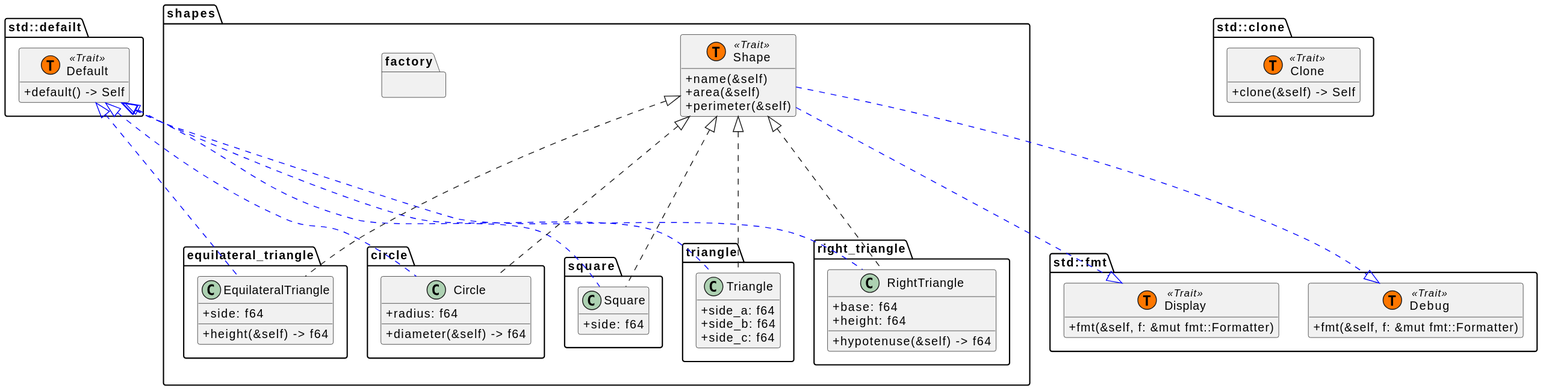
This is Review-06-Rust-Shapes/UML/shapes.svg from cstkennedy/cs330-examples, a PlantUML export, as it was before one commit.
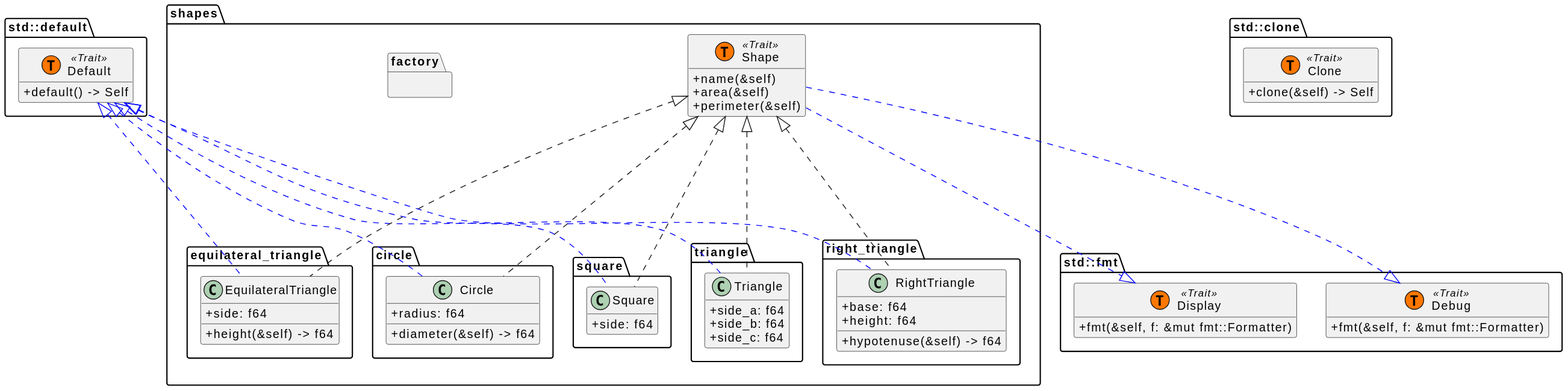
Above is the later version.

Commit message:
Update Rust Shape UML

Change to the diagram source:
```diff
@@ -65,7 +65,7 @@
     }
 }
 
-package std::defailt {
+package std::default {
     class Default << (T,#FF7700) Trait >> {
         +default() -> Self
     }
```
